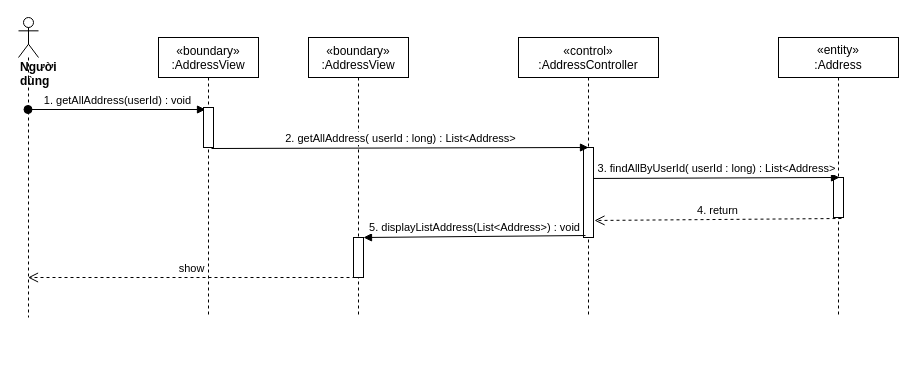
Above: sequence diagram/view-addresses-sequence-diagram.drawio in nguyenphamvan/datn_20202 (draw.io), before the change. Source tidied: cells renumbered, new cells numbered last; positions are measured from the earlier drawing's top-left corner, leaving out a move shared by most shapes. Both pictures are drawn from the tidied source at 100%, with x=0, y=0 at pixel (18, 17).
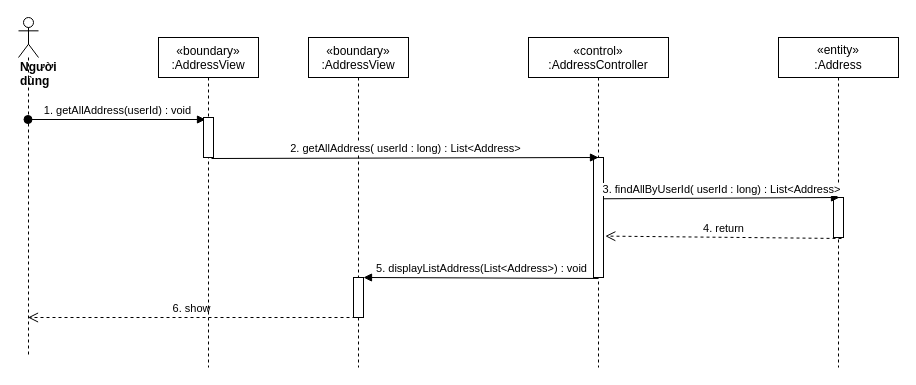
The same page after the edit.

What changed in the source:
```diff
@@
 <mxGraphModel>
   <root>
     <mxCell id="0" />
     <mxCell id="1" parent="0" />
     <mxCell id="2" value="«boundary»&#10;:AddressView" style="shape=umlLifeline;perimeter=lifelinePerimeter;rounded=0;shadow=0;strokeWidth=1;" parent="1" vertex="1">
-      <mxGeometry x="290" y="20" width="100" height="280" as="geometry" />
+      <mxGeometry x="290" y="20" width="100" height="330" as="geometry" />
     </mxCell>
     <mxCell id="3" style="html=1;points=[];perimeter=orthogonalPerimeter;" parent="2" vertex="1">
-      <mxGeometry x="45" y="200" width="10" height="40" as="geometry" />
+      <mxGeometry x="45" y="240" width="10" height="40" as="geometry" />
     </mxCell>
     <mxCell id="4" value="«control»&#10;:AddressController" style="shape=umlLifeline;perimeter=lifelinePerimeter;rounded=0;shadow=0;strokeWidth=1;size=40;" parent="1" vertex="1">
-      <mxGeometry x="500" y="20" width="140" height="280" as="geometry" />
+      <mxGeometry x="510" y="20" width="140" height="330" as="geometry" />
     </mxCell>
     <mxCell id="5" style="points=[];perimeter=orthogonalPerimeter;rounded=0;shadow=0;strokeWidth=1;" parent="4" vertex="1">
-      <mxGeometry x="65" y="110" width="10" height="90" as="geometry" />
+      <mxGeometry x="65" y="120" width="10" height="120" as="geometry" />
     </mxCell>
     <mxCell id="6" value="&lt;div&gt;&lt;b&gt;Người dùng&lt;/b&gt;&lt;/div&gt;" style="shape=umlLifeline;participant=umlActor;perimeter=lifelinePerimeter;whiteSpace=wrap;html=1;verticalAlign=top;spacingTop=36;outlineConnect=0;align=left;" parent="1" vertex="1">
-      <mxGeometry width="20" height="300" as="geometry" />
+      <mxGeometry width="20" height="340" as="geometry" />
     </mxCell>
     <mxCell id="7" value="1. getAllAddress(userId) : void" style="html=1;verticalAlign=bottom;startArrow=oval;startFill=1;endArrow=block;startSize=8;entryX=0.2;entryY=0.05;entryDx=0;entryDy=0;entryPerimeter=0;" parent="1" edge="1" source="6" target="15">
       <mxGeometry relative="1" as="geometry" />
     </mxCell>
     <mxCell id="8" value="2. getAllAddress( userId : long) : List&amp;lt;Address&amp;gt;" style="html=1;verticalAlign=bottom;endArrow=block;entryX=0.5;entryY=0;entryDx=0;entryDy=0;entryPerimeter=0;exitX=0.8;exitY=1.025;exitDx=0;exitDy=0;exitPerimeter=0;" parent="1" edge="1" source="15" target="5">
       <mxGeometry relative="1" as="geometry" />
     </mxCell>
     <mxCell id="9" value="&lt;span&gt;«entity»&lt;br&gt;&lt;/span&gt;:Address" style="shape=umlLifeline;perimeter=lifelinePerimeter;whiteSpace=wrap;html=1;" parent="1" vertex="1">
-      <mxGeometry x="760" y="20" width="120" height="280" as="geometry" />
+      <mxGeometry x="760" y="20" width="120" height="330" as="geometry" />
     </mxCell>
     <mxCell id="10" style="points=[];perimeter=orthogonalPerimeter;rounded=0;shadow=0;strokeWidth=1;" parent="9" vertex="1">
-      <mxGeometry x="55" y="140" width="10" height="40" as="geometry" />
+      <mxGeometry x="55" y="160" width="10" height="40" as="geometry" />
     </mxCell>
     <mxCell id="11" value="3. findAllByUserId( userId : long) : List&amp;lt;Address&amp;gt;" style="html=1;verticalAlign=bottom;endArrow=block;entryX=0.6;entryY=0;entryDx=0;entryDy=0;entryPerimeter=0;exitX=1;exitY=0.344;exitDx=0;exitDy=0;exitPerimeter=0;" parent="1" edge="1" source="5" target="10">
       <mxGeometry relative="1" as="geometry" />
     </mxCell>
-    <mxCell id="12" value="4. return" style="html=1;verticalAlign=bottom;endArrow=open;dashed=1;endSize=8;exitX=0.8;exitY=1.025;exitDx=0;exitDy=0;exitPerimeter=0;entryX=1.1;entryY=0.811;entryDx=0;entryDy=0;entryPerimeter=0;" parent="1" edge="1" source="10" target="5">
+    <mxCell id="12" value="4. return" style="html=1;verticalAlign=bottom;endArrow=open;dashed=1;endSize=8;exitX=0.8;exitY=1.025;exitDx=0;exitDy=0;exitPerimeter=0;entryX=1.18;entryY=0.655;entryDx=0;entryDy=0;entryPerimeter=0;" parent="1" edge="1" source="10" target="5">
       <mxGeometry relative="1" as="geometry" />
     </mxCell>
-    <mxCell id="13" value="&lt;span style=&quot;color: rgb(0 , 0 , 0) ; font-family: &amp;#34;helvetica&amp;#34; ; font-size: 11px ; font-style: normal ; font-weight: 400 ; letter-spacing: normal ; text-align: center ; text-indent: 0px ; text-transform: none ; word-spacing: 0px ; background-color: rgb(255 , 255 , 255) ; display: inline ; float: none&quot;&gt;show&lt;/span&gt;" style="html=1;verticalAlign=bottom;endArrow=open;dashed=1;endSize=8;exitX=0.2;exitY=1;exitDx=0;exitDy=0;exitPerimeter=0;" parent="1" edge="1" source="3" target="6">
+    <mxCell id="13" value="&lt;span style=&quot;color: rgb(0 , 0 , 0) ; font-family: &amp;#34;helvetica&amp;#34; ; font-size: 11px ; font-style: normal ; font-weight: 400 ; letter-spacing: normal ; text-align: center ; text-indent: 0px ; text-transform: none ; word-spacing: 0px ; background-color: rgb(255 , 255 , 255) ; display: inline ; float: none&quot;&gt;6. show&lt;/span&gt;" style="html=1;verticalAlign=bottom;endArrow=open;dashed=1;endSize=8;exitX=0.2;exitY=1;exitDx=0;exitDy=0;exitPerimeter=0;" parent="1" edge="1" source="3" target="6">
       <mxGeometry relative="1" as="geometry" />
     </mxCell>
     <mxCell id="14" value="«boundary»&#10;:AddressView" style="shape=umlLifeline;perimeter=lifelinePerimeter;rounded=0;shadow=0;strokeWidth=1;" parent="1" vertex="1">
-      <mxGeometry x="140" y="20" width="100" height="280" as="geometry" />
+      <mxGeometry x="140" y="20" width="100" height="330" as="geometry" />
     </mxCell>
     <mxCell id="15" style="html=1;points=[];perimeter=orthogonalPerimeter;" parent="14" vertex="1">
-      <mxGeometry x="45" y="70" width="10" height="40" as="geometry" />
+      <mxGeometry x="45" y="80" width="10" height="40" as="geometry" />
     </mxCell>
-    <mxCell id="16" value="&lt;span style=&quot;font-family: &amp;#34;helvetica&amp;#34;&quot;&gt;5. displayListAddress(List&amp;lt;Address&amp;gt;) : void&lt;/span&gt;" style="html=1;verticalAlign=bottom;endArrow=block;entryX=1;entryY=0;entryDx=0;entryDy=0;entryPerimeter=0;exitX=0.2;exitY=0.978;exitDx=0;exitDy=0;exitPerimeter=0;" parent="1" edge="1" source="5" target="3">
+    <mxCell id="16" value="&lt;span style=&quot;font-family: &amp;#34;helvetica&amp;#34;&quot;&gt;5. displayListAddress(List&amp;lt;Address&amp;gt;) : void&lt;/span&gt;" style="html=1;verticalAlign=bottom;endArrow=block;entryX=1;entryY=0;entryDx=0;entryDy=0;entryPerimeter=0;exitX=0.46;exitY=1.008;exitDx=0;exitDy=0;exitPerimeter=0;" parent="1" edge="1" source="5" target="3">
       <mxGeometry relative="1" as="geometry" />
     </mxCell>
   </root>
 </mxGraphModel>
```
